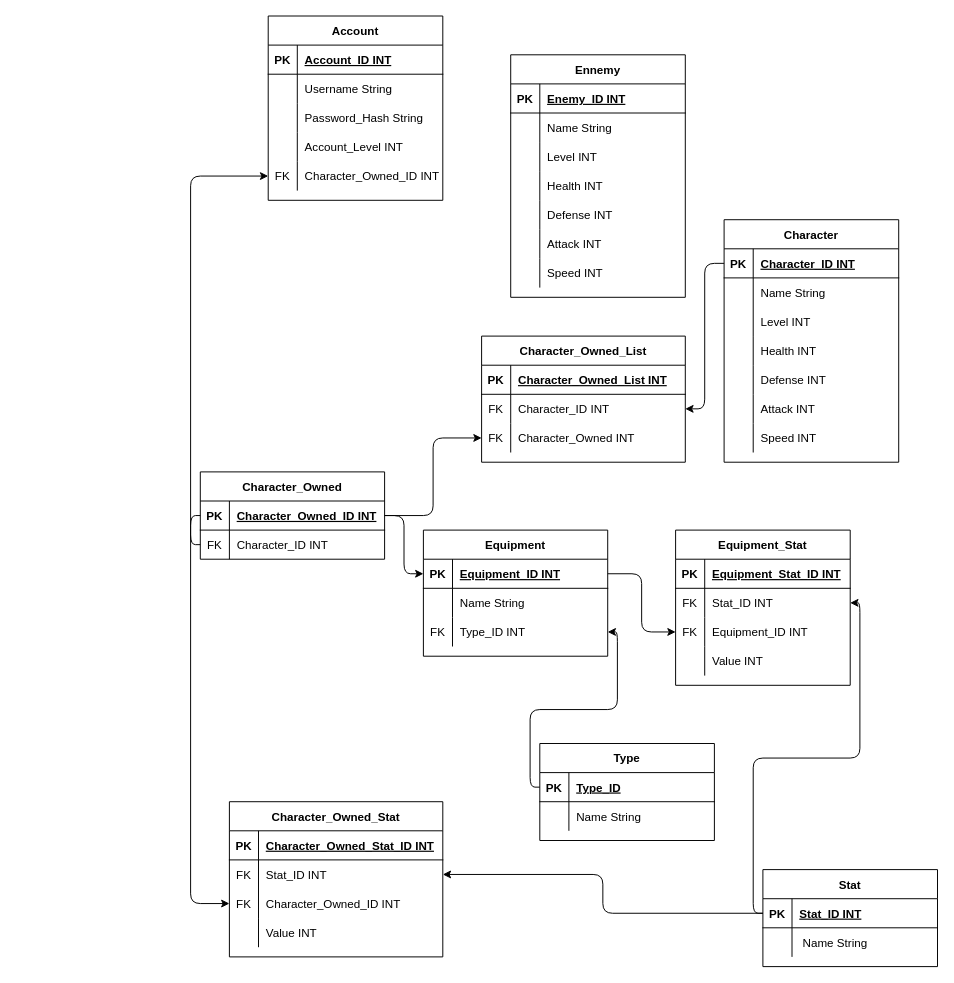
Before: Documentation/MLD.drawio in Nomeos/Code-TimeRewind, a draw.io diagram. Source tidied: cells renumbered, new cells numbered last; positions are measured from the earlier drawing's top-left corner, leaving out a move shared by most shapes. Both pictures are drawn from the tidied source at 97%, with x=0, y=0 at pixel (200, 16).
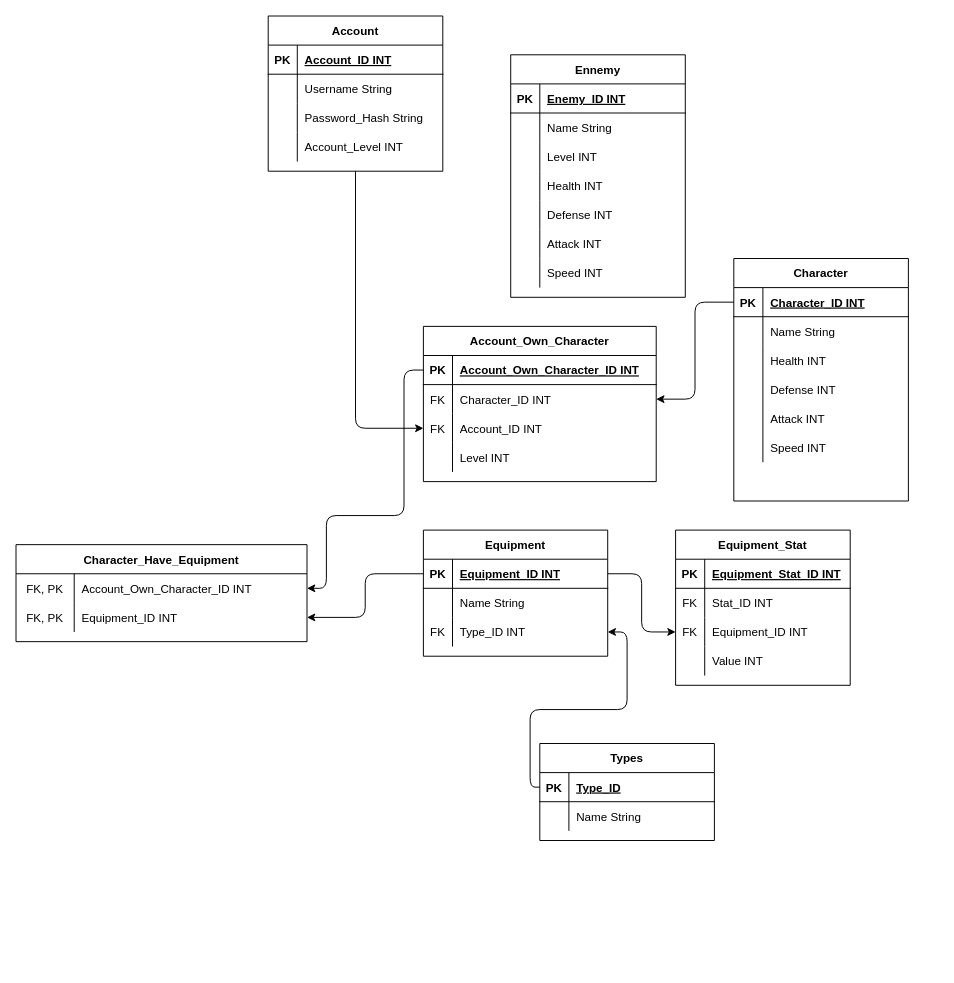
Above is the later version.

Unchanged cells that the change refers to:
```xml
<mxCell id="70" style="shape=partialRectangle;fillColor=none;top=0;left=0;bottom=1;right=0;points=[[0,0.5],[1,0.5]];portConstraint=eastwest;" parent="69" vertex="1">
  <mxGeometry y="30" width="190" height="30" as="geometry" />
</mxCell>
<mxCell id="76" style="shape=partialRectangle;fillColor=none;top=0;left=0;bottom=0;right=0;points=[[0,0.5],[1,0.5]];portConstraint=eastwest;" parent="69" vertex="1">
  <mxGeometry y="90" width="190" height="30" as="geometry" />
</mxCell>
<mxCell id="80" style="shape=partialRectangle;fillColor=none;top=0;left=0;bottom=1;right=0;points=[[0,0.5],[1,0.5]];portConstraint=eastwest;" parent="79" vertex="1">
  <mxGeometry y="30" width="180" height="30" as="geometry" />
</mxCell>
<mxCell id="110" style="shape=partialRectangle;fillColor=none;top=0;left=0;bottom=0;right=0;points=[[0,0.5],[1,0.5]];portConstraint=eastwest;" parent="106" vertex="1">
  <mxGeometry y="60" width="180" height="30" as="geometry" />
</mxCell>
```

What changed in the source:
```diff
@@
     <mxCell id="2" value="Account" style="shape=table;startSize=30;childLayout=tableLayout;rowLines=0;fontStyle=1;align=center;" parent="1" vertex="1">
-      <mxGeometry x="70" width="180" height="190" as="geometry" />
+      <mxGeometry x="70" width="180" height="160" as="geometry" />
     </mxCell>
@@
-    <mxCell id="15" style="shape=partialRectangle;fillColor=none;top=0;left=0;bottom=0;right=0;points=[[0,0.5],[1,0.5]];portConstraint=eastwest;" parent="2" vertex="1">
-      <mxGeometry y="150" width="180" height="30" as="geometry" />
-    </mxCell>
-    <mxCell id="16" value="FK" style="shape=partialRectangle;fillColor=none;top=0;left=0;bottom=0;right=0;overflow=hidden;" parent="15" vertex="1">
-      <mxGeometry width="30" height="30" as="geometry" />
-    </mxCell>
-    <mxCell id="17" value="Character_Owned_ID INT" style="shape=partialRectangle;fillColor=none;top=0;left=0;bottom=0;right=0;align=left;spacingLeft=6;overflow=hidden;" parent="15" vertex="1">
-      <mxGeometry x="30" width="150" height="30" as="geometry" />
-    </mxCell>
     <mxCell id="18" value="Character" style="shape=table;startSize=30;childLayout=tableLayout;rowLines=0;fontStyle=1;align=center;" parent="1" vertex="1">
-      <mxGeometry x="540" y="210" width="180" height="250" as="geometry" />
+      <mxGeometry x="550" y="250" width="180" height="250" as="geometry" />
     </mxCell>
@@
-    <mxCell id="25" style="shape=partialRectangle;fillColor=none;top=0;left=0;bottom=0;right=0;" parent="18" vertex="1">
-      <mxGeometry y="90" width="180" height="30" as="geometry" />
-    </mxCell>
-    <mxCell id="26" style="shape=partialRectangle;fillColor=none;top=0;left=0;bottom=0;right=0;overflow=hidden;" parent="25" vertex="1">
-      <mxGeometry width="30" height="30" as="geometry" />
-    </mxCell>
-    <mxCell id="27" value="Level INT" style="shape=partialRectangle;fillColor=none;top=0;left=0;bottom=0;right=0;align=left;spacingLeft=6;overflow=hidden;" parent="25" vertex="1">
-      <mxGeometry x="30" width="150" height="30" as="geometry" />
-    </mxCell>
     <mxCell id="28" style="shape=partialRectangle;fillColor=none;top=0;left=0;bottom=0;right=0;" parent="18" vertex="1">
-      <mxGeometry y="120" width="180" height="30" as="geometry" />
+      <mxGeometry y="90" width="180" height="30" as="geometry" />
     </mxCell>
@@
     <mxCell id="31" style="shape=partialRectangle;fillColor=none;top=0;left=0;bottom=0;right=0;" parent="18" vertex="1">
-      <mxGeometry y="150" width="180" height="30" as="geometry" />
+      <mxGeometry y="120" width="180" height="30" as="geometry" />
     </mxCell>
@@
     <mxCell id="34" style="shape=partialRectangle;fillColor=none;top=0;left=0;bottom=0;right=0;" parent="18" vertex="1">
-      <mxGeometry y="180" width="180" height="30" as="geometry" />
+      <mxGeometry y="150" width="180" height="30" as="geometry" />
     </mxCell>
@@
     <mxCell id="37" style="shape=partialRectangle;fillColor=none;top=0;left=0;bottom=0;right=0;" parent="18" vertex="1">
-      <mxGeometry y="210" width="180" height="30" as="geometry" />
+      <mxGeometry y="180" width="180" height="30" as="geometry" />
     </mxCell>
@@
-    <mxCell id="62" value="Character_Owned" style="shape=table;startSize=30;childLayout=tableLayout;rowLines=0;fontStyle=1;align=center;" parent="1" vertex="1">
-      <mxGeometry y="470" width="190" height="90" as="geometry" />
-    </mxCell>
-    <mxCell id="63" style="shape=partialRectangle;fillColor=none;top=0;left=0;bottom=1;right=0;points=[[0,0.5],[1,0.5]];portConstraint=eastwest;" parent="62" vertex="1">
-      <mxGeometry y="30" width="190" height="30" as="geometry" />
-    </mxCell>
-    <mxCell id="64" value="PK" style="shape=partialRectangle;fillColor=none;top=0;left=0;bottom=0;right=0;fontStyle=1;overflow=hidden;" parent="63" vertex="1">
-      <mxGeometry width="30" height="30" as="geometry" />
-    </mxCell>
-    <mxCell id="65" value="Character_Owned_ID INT" style="shape=partialRectangle;fillColor=none;top=0;left=0;bottom=0;right=0;align=left;spacingLeft=6;fontStyle=5;overflow=hidden;" parent="63" vertex="1">
-      <mxGeometry x="30" width="160" height="30" as="geometry" />
-    </mxCell>
-    <mxCell id="66" style="shape=partialRectangle;fillColor=none;top=0;left=0;bottom=0;right=0;points=[[0,0.5],[1,0.5]];portConstraint=eastwest;" parent="62" vertex="1">
-      <mxGeometry y="60" width="190" height="30" as="geometry" />
-    </mxCell>
-    <mxCell id="67" value="FK" style="shape=partialRectangle;fillColor=none;top=0;left=0;bottom=0;right=0;overflow=hidden;" parent="66" vertex="1">
-      <mxGeometry width="30" height="30" as="geometry" />
-    </mxCell>
-    <mxCell id="68" value="Character_ID INT" style="shape=partialRectangle;fillColor=none;top=0;left=0;bottom=0;right=0;align=left;spacingLeft=6;overflow=hidden;" parent="66" vertex="1">
-      <mxGeometry x="30" width="160" height="30" as="geometry" />
-    </mxCell>
@@
-    <mxCell id="79" value="Type" style="shape=table;startSize=30;childLayout=tableLayout;rowLines=0;fontStyle=1;align=center;" parent="1" vertex="1">
+    <mxCell id="79" value="Types" style="shape=table;startSize=30;childLayout=tableLayout;rowLines=0;fontStyle=1;align=center;" parent="1" vertex="1">
       <mxGeometry x="350" y="750" width="180" height="100" as="geometry" />
     </mxCell>
@@
-    <mxCell id="86" value="Stat" style="shape=table;startSize=30;childLayout=tableLayout;rowLines=0;fontStyle=1;align=center;" parent="1" vertex="1">
-      <mxGeometry x="580" y="880" width="180" height="100" as="geometry" />
-    </mxCell>
-    <mxCell id="87" style="shape=partialRectangle;fillColor=none;top=0;left=0;bottom=1;right=0;points=[[0,0.5],[1,0.5]];portConstraint=eastwest;" parent="86" vertex="1">
-      <mxGeometry y="30" width="180" height="30" as="geometry" />
-    </mxCell>
-    <mxCell id="88" value="PK" style="shape=partialRectangle;fillColor=none;top=0;left=0;bottom=0;right=0;fontStyle=1;overflow=hidden;" parent="87" vertex="1">
-      <mxGeometry width="30" height="30" as="geometry" />
-    </mxCell>
-    <mxCell id="89" value="Stat_ID INT" style="shape=partialRectangle;fillColor=none;top=0;left=0;bottom=0;right=0;align=left;spacingLeft=6;fontStyle=5;overflow=hidden;" parent="87" vertex="1">
-      <mxGeometry x="30" width="150" height="30" as="geometry" />
-    </mxCell>
-    <mxCell id="90" style="shape=partialRectangle;fillColor=none;top=0;left=0;bottom=0;right=0;" parent="86" vertex="1">
-      <mxGeometry y="60" width="180" height="30" as="geometry" />
-    </mxCell>
-    <mxCell id="91" style="shape=partialRectangle;fillColor=none;top=0;left=0;bottom=0;right=0;overflow=hidden;" parent="90" vertex="1">
-      <mxGeometry width="30" height="30" as="geometry" />
-    </mxCell>
-    <mxCell id="92" value=" Name String" style="shape=partialRectangle;fillColor=none;top=0;left=0;bottom=0;right=0;align=left;spacingLeft=6;overflow=hidden;" parent="90" vertex="1">
-      <mxGeometry x="30" width="150" height="30" as="geometry" />
-    </mxCell>
-    <mxCell id="93" value="Character_Owned_Stat" style="shape=table;startSize=30;childLayout=tableLayout;rowLines=0;fontStyle=1;align=center;" parent="1" vertex="1">
-      <mxGeometry x="30" y="810" width="220" height="160" as="geometry" />
-    </mxCell>
-    <mxCell id="94" style="shape=partialRectangle;fillColor=none;top=0;left=0;bottom=1;right=0;" parent="93" vertex="1">
-      <mxGeometry y="30" width="220" height="30" as="geometry" />
-    </mxCell>
-    <mxCell id="95" value="PK" style="shape=partialRectangle;fillColor=none;top=0;left=0;bottom=0;right=0;fontStyle=1;overflow=hidden;" parent="94" vertex="1">
-      <mxGeometry width="30" height="30" as="geometry" />
-    </mxCell>
-    <mxCell id="96" value="Character_Owned_Stat_ID INT" style="shape=partialRectangle;fillColor=none;top=0;left=0;bottom=0;right=0;align=left;spacingLeft=6;fontStyle=5;overflow=hidden;" parent="94" vertex="1">
-      <mxGeometry x="30" width="190" height="30" as="geometry" />
-    </mxCell>
-    <mxCell id="97" style="shape=partialRectangle;fillColor=none;top=0;left=0;bottom=0;right=0;points=[[0,0.5],[1,0.5]];portConstraint=eastwest;" parent="93" vertex="1">
-      <mxGeometry y="60" width="220" height="30" as="geometry" />
-    </mxCell>
-    <mxCell id="98" value="FK" style="shape=partialRectangle;fillColor=none;top=0;left=0;bottom=0;right=0;overflow=hidden;" parent="97" vertex="1">
-      <mxGeometry width="30" height="30" as="geometry" />
-    </mxCell>
-    <mxCell id="99" value="Stat_ID INT" style="shape=partialRectangle;fillColor=none;top=0;left=0;bottom=0;right=0;align=left;spacingLeft=6;overflow=hidden;" parent="97" vertex="1">
-      <mxGeometry x="30" width="190" height="30" as="geometry" />
-    </mxCell>
-    <mxCell id="100" style="shape=partialRectangle;fillColor=none;top=0;left=0;bottom=0;right=0;points=[[0,0.5],[1,0.5]];portConstraint=eastwest;" parent="93" vertex="1">
-      <mxGeometry y="90" width="220" height="30" as="geometry" />
-    </mxCell>
-    <mxCell id="101" value="FK" style="shape=partialRectangle;fillColor=none;top=0;left=0;bottom=0;right=0;overflow=hidden;" parent="100" vertex="1">
-      <mxGeometry width="30" height="30" as="geometry" />
-    </mxCell>
-    <mxCell id="102" value="Character_Owned_ID INT" style="shape=partialRectangle;fillColor=none;top=0;left=0;bottom=0;right=0;align=left;spacingLeft=6;overflow=hidden;" parent="100" vertex="1">
-      <mxGeometry x="30" width="190" height="30" as="geometry" />
-    </mxCell>
-    <mxCell id="103" style="shape=partialRectangle;fillColor=none;top=0;left=0;bottom=0;right=0;" parent="93" vertex="1">
-      <mxGeometry y="120" width="220" height="30" as="geometry" />
-    </mxCell>
-    <mxCell id="104" style="shape=partialRectangle;fillColor=none;top=0;left=0;bottom=0;right=0;overflow=hidden;" parent="103" vertex="1">
-      <mxGeometry width="30" height="30" as="geometry" />
-    </mxCell>
-    <mxCell id="105" value="Value INT" style="shape=partialRectangle;fillColor=none;top=0;left=0;bottom=0;right=0;align=left;spacingLeft=6;overflow=hidden;" parent="103" vertex="1">
-      <mxGeometry x="30" width="190" height="30" as="geometry" />
-    </mxCell>
@@
-    <mxCell id="119" style="endArrow=classic;html=1;edgeStyle=orthogonalEdgeStyle;exitX=0;exitY=0.5;exitDx=0;exitDy=0;entryX=1;entryY=0.5;entryDx=0;entryDy=0;" parent="1" edge="1" source="87" target="97">
-      <mxGeometry relative="1" as="geometry" />
-    </mxCell>
-    <mxCell id="120" style="endArrow=classic;html=1;edgeStyle=orthogonalEdgeStyle;entryX=0;entryY=0.5;entryDx=0;entryDy=0;exitX=0;exitY=0.5;exitDx=0;exitDy=0;" parent="1" edge="1" source="63" target="100">
-      <mxGeometry relative="1" as="geometry" />
-    </mxCell>
-    <mxCell id="121" style="endArrow=classic;html=1;exitX=0;exitY=0.5;exitDx=0;exitDy=0;entryX=1;entryY=0.5;entryDx=0;entryDy=0;edgeStyle=orthogonalEdgeStyle;" parent="1" edge="1" source="87" target="110">
-      <mxGeometry relative="1" as="geometry" />
-    </mxCell>
@@
     <mxCell id="123" style="endArrow=classic;html=1;exitX=0;exitY=0.5;exitDx=0;exitDy=0;entryX=1;entryY=0.5;entryDx=0;entryDy=0;edgeStyle=orthogonalEdgeStyle;" parent="1" edge="1" source="80" target="76">
-      <mxGeometry relative="1" as="geometry" />
+      <mxGeometry relative="1" as="geometry">
+        <Array as="points">
+          <mxPoint x="340" y="795" />
+          <mxPoint x="340" y="715" />
+          <mxPoint x="440" y="715" />
+          <mxPoint x="440" y="635" />
+        </Array>
+      </mxGeometry>
     </mxCell>
-    <mxCell id="124" style="endArrow=classic;html=1;exitX=1;exitY=0.5;exitDx=0;exitDy=0;entryX=0;entryY=0.5;entryDx=0;entryDy=0;edgeStyle=orthogonalEdgeStyle;" parent="1" edge="1" source="63" target="70">
+    <mxCell id="124" style="endArrow=classic;html=1;entryX=1;entryY=0.5;entryDx=0;entryDy=0;edgeStyle=orthogonalEdgeStyle;exitX=0;exitY=0.5;exitDx=0;exitDy=0;" parent="1" edge="1" source="70" target="144">
       <mxGeometry relative="1" as="geometry" />
     </mxCell>
-    <mxCell id="125" value="Character_Owned_List" style="shape=table;startSize=30;childLayout=tableLayout;rowLines=0;fontStyle=1;align=center;" parent="1" vertex="1">
-      <mxGeometry x="290" y="330" width="210" height="130" as="geometry" />
+    <mxCell id="125" value="Account_Own_Character" style="shape=table;startSize=30;childLayout=tableLayout;rowLines=0;fontStyle=1;align=center;" parent="1" vertex="1">
+      <mxGeometry x="230" y="320" width="240" height="160" as="geometry" />
     </mxCell>
     <mxCell id="126" style="shape=partialRectangle;fillColor=none;top=0;left=0;bottom=1;right=0;points=[[0,0.5],[1,0.5]];portConstraint=eastwest;" parent="125" vertex="1">
-      <mxGeometry y="30" width="210" height="30" as="geometry" />
+      <mxGeometry y="30" width="240" height="30" as="geometry" />
     </mxCell>
@@
-    <mxCell id="128" value="Character_Owned_List INT" style="shape=partialRectangle;fillColor=none;top=0;left=0;bottom=0;right=0;align=left;spacingLeft=6;fontStyle=5;overflow=hidden;" parent="126" vertex="1">
-      <mxGeometry x="30" width="180" height="30" as="geometry" />
+    <mxCell id="128" value="Account_Own_Character_ID INT" style="shape=partialRectangle;fillColor=none;top=0;left=0;bottom=0;right=0;align=left;spacingLeft=6;fontStyle=5;overflow=hidden;" parent="126" vertex="1">
+      <mxGeometry x="30" width="210" height="30" as="geometry" />
     </mxCell>
     <mxCell id="129" style="shape=partialRectangle;fillColor=none;top=0;left=0;bottom=0;right=0;points=[[0,0.5],[1,0.5]];portConstraint=eastwest;" parent="125" vertex="1">
-      <mxGeometry y="60" width="210" height="30" as="geometry" />
+      <mxGeometry y="60" width="240" height="30" as="geometry" />
     </mxCell>
@@
     <mxCell id="131" value="Character_ID INT" style="shape=partialRectangle;fillColor=none;top=0;left=0;bottom=0;right=0;align=left;spacingLeft=6;overflow=hidden;" parent="129" vertex="1">
-      <mxGeometry x="30" width="180" height="30" as="geometry" />
+      <mxGeometry x="30" width="210" height="30" as="geometry" />
     </mxCell>
     <mxCell id="132" style="shape=partialRectangle;fillColor=none;top=0;left=0;bottom=0;right=0;points=[[0,0.5],[1,0.5]];portConstraint=eastwest;" parent="125" vertex="1">
-      <mxGeometry y="90" width="210" height="30" as="geometry" />
+      <mxGeometry y="90" width="240" height="30" as="geometry" />
     </mxCell>
@@
-    <mxCell id="134" value="Character_Owned INT" style="shape=partialRectangle;fillColor=none;top=0;left=0;bottom=0;right=0;align=left;spacingLeft=6;overflow=hidden;" parent="132" vertex="1">
-      <mxGeometry x="30" width="180" height="30" as="geometry" />
+    <mxCell id="134" value="Account_ID INT" style="shape=partialRectangle;fillColor=none;top=0;left=0;bottom=0;right=0;align=left;spacingLeft=6;overflow=hidden;" parent="132" vertex="1">
+      <mxGeometry x="30" width="210" height="30" as="geometry" />
     </mxCell>
+    <mxCell id="138" style="shape=partialRectangle;fillColor=none;top=0;left=0;bottom=0;right=0;" parent="125" vertex="1">
+      <mxGeometry y="120" width="240" height="30" as="geometry" />
+    </mxCell>
+    <mxCell id="139" style="shape=partialRectangle;fillColor=none;top=0;left=0;bottom=0;right=0;fontStyle=0;overflow=hidden;" parent="138" vertex="1">
+      <mxGeometry width="30" height="30" as="geometry" />
+    </mxCell>
+    <mxCell id="27" value="Level INT" style="shape=partialRectangle;fillColor=none;top=0;left=0;bottom=0;right=0;align=left;spacingLeft=6;fontStyle=0;overflow=hidden;" parent="138" vertex="1">
+      <mxGeometry x="30" width="210" height="30" as="geometry" />
+    </mxCell>
@@
-    <mxCell id="136" style="endArrow=classic;html=1;entryX=0;entryY=0.5;entryDx=0;entryDy=0;exitX=1;exitY=0.5;exitDx=0;exitDy=0;edgeStyle=orthogonalEdgeStyle;" parent="1" edge="1" source="63" target="132">
+    <mxCell id="136" style="endArrow=classic;html=1;entryX=0;entryY=0.5;entryDx=0;entryDy=0;exitX=0.5;exitY=1;exitDx=0;exitDy=0;edgeStyle=orthogonalEdgeStyle;" parent="1" edge="1" source="2" target="132">
       <mxGeometry relative="1" as="geometry" />
     </mxCell>
-    <mxCell id="137" style="endArrow=classic;html=1;exitX=0;exitY=0.5;exitDx=0;exitDy=0;entryX=0;entryY=0.5;entryDx=0;entryDy=0;edgeStyle=orthogonalEdgeStyle;" parent="1" edge="1" source="66" target="15">
-      <mxGeometry relative="1" as="geometry" />
-    </mxCell>
+    <mxCell id="140" value="Character_Have_Equipment" style="shape=table;startSize=30;childLayout=tableLayout;rowLines=0;fontStyle=1;align=center;" parent="1" vertex="1">
+      <mxGeometry x="-190" y="545" width="300" height="100" as="geometry" />
+    </mxCell>
+    <mxCell id="141" style="shape=partialRectangle;fillColor=none;top=0;left=0;bottom=0;right=0;points=[[0,0.5],[1,0.5]];portConstraint=eastwest;" parent="140" vertex="1">
+      <mxGeometry y="30" width="300" height="30" as="geometry" />
+    </mxCell>
+    <mxCell id="142" value="FK, PK" style="shape=partialRectangle;fillColor=none;top=0;left=0;bottom=0;right=0;overflow=hidden;" parent="141" vertex="1">
+      <mxGeometry width="60" height="30" as="geometry" />
+    </mxCell>
+    <mxCell id="143" value="Account_Own_Character_ID INT" style="shape=partialRectangle;fillColor=none;top=0;left=0;bottom=0;right=0;align=left;spacingLeft=6;overflow=hidden;" parent="141" vertex="1">
+      <mxGeometry x="60" width="240" height="30" as="geometry" />
+    </mxCell>
+    <mxCell id="144" style="shape=partialRectangle;fillColor=none;top=0;left=0;bottom=0;right=0;points=[[0,0.5],[1,0.5]];portConstraint=eastwest;" parent="140" vertex="1">
+      <mxGeometry y="60" width="300" height="30" as="geometry" />
+    </mxCell>
+    <mxCell id="145" value="FK, PK" style="shape=partialRectangle;fillColor=none;top=0;left=0;bottom=0;right=0;overflow=hidden;" parent="144" vertex="1">
+      <mxGeometry width="60" height="30" as="geometry" />
+    </mxCell>
+    <mxCell id="146" value="Equipment_ID INT" style="shape=partialRectangle;fillColor=none;top=0;left=0;bottom=0;right=0;align=left;spacingLeft=6;overflow=hidden;" parent="144" vertex="1">
+      <mxGeometry x="60" width="240" height="30" as="geometry" />
+    </mxCell>
+    <mxCell id="147" style="endArrow=classic;html=1;edgeStyle=orthogonalEdgeStyle;exitX=0;exitY=0.5;exitDx=0;exitDy=0;entryX=1;entryY=0.5;entryDx=0;entryDy=0;" parent="1" edge="1" source="126" target="141">
+      <mxGeometry relative="1" as="geometry">
+        <Array as="points">
+          <mxPoint x="210" y="365" />
+          <mxPoint x="210" y="515" />
+          <mxPoint x="130" y="515" />
+          <mxPoint x="130" y="590" />
+        </Array>
+      </mxGeometry>
+    </mxCell>
```
